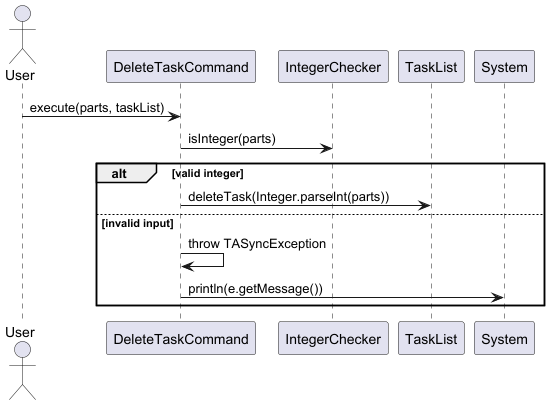
Above: docs/diagrams/tasklistcommands/DeleteTaskCommandSequenceDiagram.png in wongyihao02/tp (PlantUML), before the change.
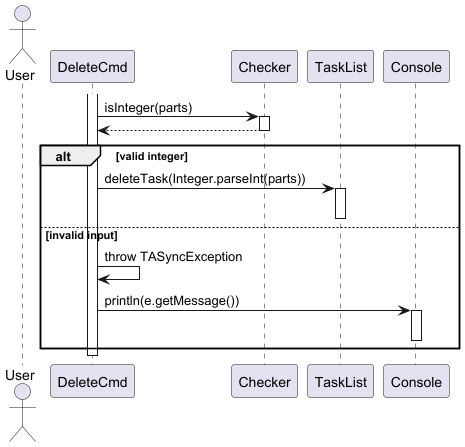
After the change.

Change to the diagram source:
```diff
@@ -1,20 +1,23 @@
 @startuml
 
 actor User
-
-participant "DeleteTaskCommand" as DeleteCmd
-participant "IntegerChecker" as Checker
-participant "TaskList" as TaskList
-participant "System" as Console
-
-User -> DeleteCmd : execute(parts, taskList)
+activate DeleteCmd
 
 DeleteCmd -> Checker : isInteger(parts)
+activate Checker
+Checker --> DeleteCmd
+deactivate Checker
+
 alt valid integer
     DeleteCmd -> TaskList : deleteTask(Integer.parseInt(parts))
+    activate TaskList
+    deactivate TaskList
 else invalid input
     DeleteCmd -> DeleteCmd : throw TASyncException
     DeleteCmd -> Console : println(e.getMessage())
+    activate Console
+    deactivate Console
 end
 
+deactivate DeleteCmd
 @enduml
```
